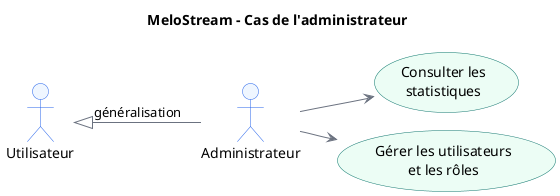
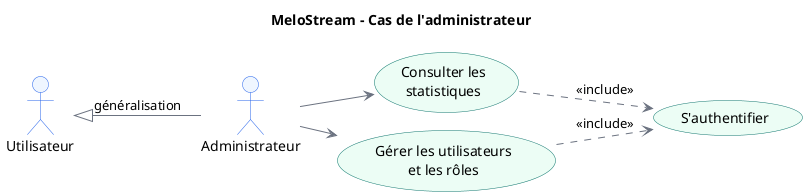
@startuml
!pragma layout smetana
left to right direction
skinparam backgroundColor white
skinparam shadowing false
skinparam defaultFontName Arial
skinparam ArrowColor #6B7280
skinparam ActorBorderColor #2563EB
skinparam ActorBackgroundColor #EFF6FF
skinparam UsecaseBorderColor #0F766E
skinparam UsecaseBackgroundColor #ECFDF5
skinparam RectangleBorderColor #D1D5DB
skinparam RectangleBackgroundColor #F8FAFC

title MeloStream - Cas de l'administrateur

actor "Utilisateur" as User
actor "Administrateur" as Admin

Admin -up-|> User : généralisation

+ usecase "S'authentifier" as UCAuth
usecase "Consulter les\nstatistiques" as UCStats
usecase "Gérer les utilisateurs\net les rôles" as UCAdminUsers

Admin --> UCStats
Admin --> UCAdminUsers
+ 
+ UCStats ..> UCAuth : <<include>>
+ UCAdminUsers ..> UCAuth : <<include>>
@enduml
